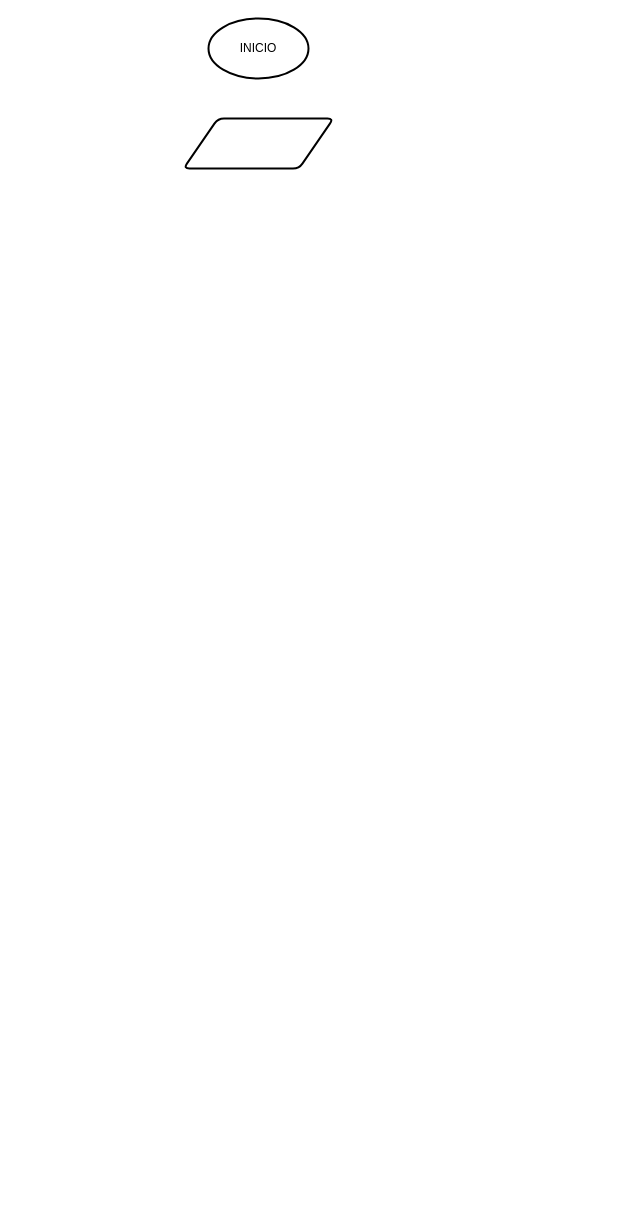
Before: Untitled Diagram.drawio in thailopesds/fluxogramas, a draw.io diagram. Source tidied: cells renumbered, new cells numbered last; positions are measured from the earlier drawing's top-left corner, leaving out a move shared by most shapes. Both pictures are drawn from the tidied source at 100%, with x=0, y=0 at pixel (183, 18).
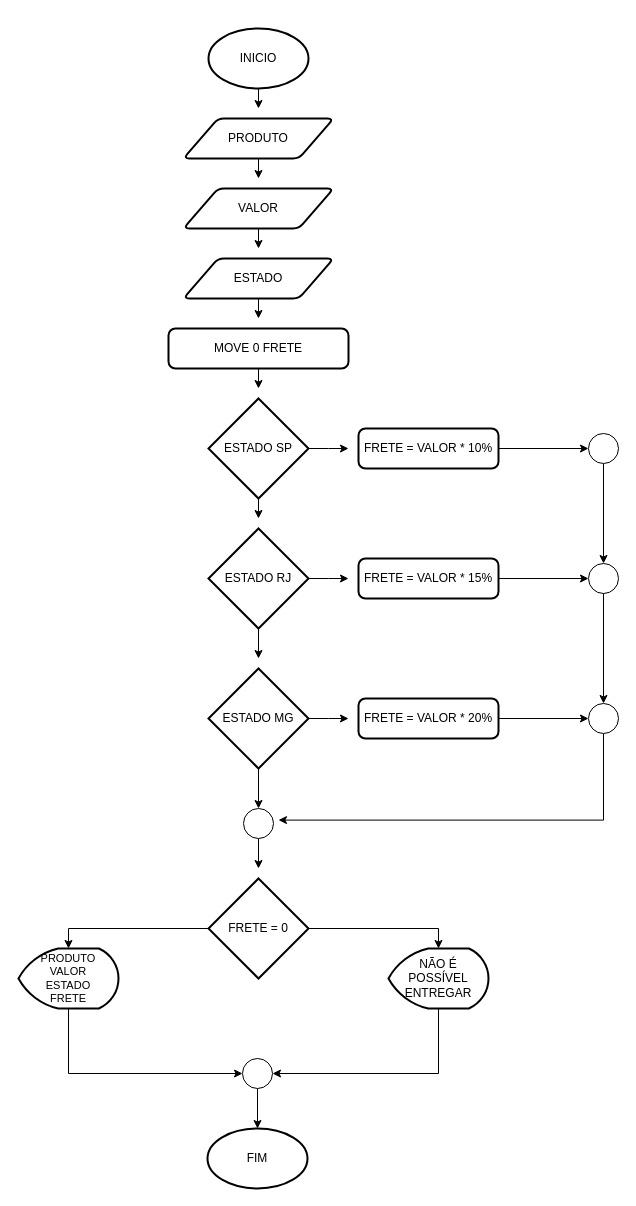
The same page after the edit.

Change to the diagram source:
```diff
@@
+    <mxCell id="4" style="edgeStyle=orthogonalEdgeStyle;rounded=0;jettySize=auto;html=1;exitX=0.5;exitY=1;exitDx=0;exitDy=0;exitPerimeter=0;" parent="1" edge="1" source="2">
+      <mxGeometry relative="1" as="geometry">
+        <mxPoint x="75" y="90" as="targetPoint" />
+      </mxGeometry>
+    </mxCell>
     <mxCell id="2" value="INICIO" style="strokeWidth=2;html=1;shape=mxgraph.flowchart.start_1;whiteSpace=wrap;" parent="1" vertex="1">
-      <mxGeometry x="25" width="100" height="60" as="geometry" />
+      <mxGeometry x="25" y="10" width="100" height="60" as="geometry" />
     </mxCell>
+    <mxCell id="5" style="edgeStyle=orthogonalEdgeStyle;rounded=0;jettySize=auto;html=1;exitX=0.5;exitY=1;exitDx=0;exitDy=0;" parent="1" edge="1" source="3">
+      <mxGeometry relative="1" as="geometry">
+        <mxPoint x="75" y="160" as="targetPoint" />
+      </mxGeometry>
+    </mxCell>
-    <mxCell id="3" style="shape=parallelogram;html=1;strokeWidth=2;perimeter=parallelogramPerimeter;whiteSpace=wrap;rounded=1;arcSize=12;size=0.23;" parent="1" vertex="1">
-      <mxGeometry y="100" width="150" height="50" as="geometry" />
+    <mxCell id="3" value="PRODUTO" style="shape=parallelogram;html=1;strokeWidth=2;perimeter=parallelogramPerimeter;whiteSpace=wrap;rounded=1;arcSize=12;size=0.23;" parent="1" vertex="1">
+      <mxGeometry y="100" width="150" height="40" as="geometry" />
     </mxCell>
+    <mxCell id="6" style="edgeStyle=orthogonalEdgeStyle;rounded=0;jettySize=auto;html=1;exitX=0.5;exitY=1;exitDx=0;exitDy=0;" parent="1" edge="1" source="7">
+      <mxGeometry relative="1" as="geometry">
+        <mxPoint x="75" y="230" as="targetPoint" />
+      </mxGeometry>
+    </mxCell>
+    <mxCell id="7" value="VALOR" style="shape=parallelogram;html=1;strokeWidth=2;perimeter=parallelogramPerimeter;whiteSpace=wrap;rounded=1;arcSize=12;size=0.23;" parent="1" vertex="1">
+      <mxGeometry y="170" width="150" height="40" as="geometry" />
+    </mxCell>
+    <mxCell id="8" style="edgeStyle=orthogonalEdgeStyle;rounded=0;jettySize=auto;html=1;exitX=0.5;exitY=1;exitDx=0;exitDy=0;" parent="1" edge="1" source="9">
+      <mxGeometry relative="1" as="geometry">
+        <mxPoint x="75" y="300" as="targetPoint" />
+      </mxGeometry>
+    </mxCell>
+    <mxCell id="9" value="ESTADO" style="shape=parallelogram;html=1;strokeWidth=2;perimeter=parallelogramPerimeter;whiteSpace=wrap;rounded=1;arcSize=12;size=0.23;" parent="1" vertex="1">
+      <mxGeometry y="240" width="150" height="40" as="geometry" />
+    </mxCell>
+    <mxCell id="10" style="edgeStyle=orthogonalEdgeStyle;rounded=0;jettySize=auto;html=1;exitX=0.5;exitY=1;exitDx=0;exitDy=0;" parent="1" edge="1" source="11">
+      <mxGeometry relative="1" as="geometry">
+        <mxPoint x="75" y="370" as="targetPoint" />
+      </mxGeometry>
+    </mxCell>
+    <mxCell id="11" value="MOVE 0 FRETE" style="rounded=1;whiteSpace=wrap;html=1;absoluteArcSize=1;arcSize=14;strokeWidth=2;" parent="1" vertex="1">
+      <mxGeometry x="-15" y="310" width="180" height="40" as="geometry" />
+    </mxCell>
+    <mxCell id="12" style="edgeStyle=orthogonalEdgeStyle;rounded=0;jettySize=auto;html=1;exitX=1;exitY=0.5;exitDx=0;exitDy=0;exitPerimeter=0;" parent="1" edge="1" source="14">
+      <mxGeometry relative="1" as="geometry">
+        <mxPoint x="165" y="430" as="targetPoint" />
+      </mxGeometry>
+    </mxCell>
+    <mxCell id="13" style="edgeStyle=orthogonalEdgeStyle;rounded=0;jettySize=auto;html=1;exitX=0.5;exitY=1;exitDx=0;exitDy=0;exitPerimeter=0;" parent="1" edge="1" source="14">
+      <mxGeometry relative="1" as="geometry">
+        <mxPoint x="75" y="500" as="targetPoint" />
+      </mxGeometry>
+    </mxCell>
+    <mxCell id="14" value="ESTADO SP" style="strokeWidth=2;html=1;shape=mxgraph.flowchart.decision;whiteSpace=wrap;" parent="1" vertex="1">
+      <mxGeometry x="25" y="380" width="100" height="100" as="geometry" />
+    </mxCell>
+    <mxCell id="15" style="edgeStyle=orthogonalEdgeStyle;rounded=0;jettySize=auto;html=1;exitX=1;exitY=0.5;exitDx=0;exitDy=0;exitPerimeter=0;" parent="1" edge="1" source="17">
+      <mxGeometry relative="1" as="geometry">
+        <mxPoint x="165" y="560" as="targetPoint" />
+      </mxGeometry>
+    </mxCell>
+    <mxCell id="16" style="edgeStyle=orthogonalEdgeStyle;rounded=0;jettySize=auto;html=1;exitX=0.5;exitY=1;exitDx=0;exitDy=0;exitPerimeter=0;" parent="1" edge="1" source="17">
+      <mxGeometry relative="1" as="geometry">
+        <mxPoint x="75" y="640" as="targetPoint" />
+      </mxGeometry>
+    </mxCell>
+    <mxCell id="17" value="ESTADO RJ" style="strokeWidth=2;html=1;shape=mxgraph.flowchart.decision;whiteSpace=wrap;" parent="1" vertex="1">
+      <mxGeometry x="25" y="510" width="100" height="100" as="geometry" />
+    </mxCell>
+    <mxCell id="18" style="edgeStyle=orthogonalEdgeStyle;rounded=0;jettySize=auto;html=1;exitX=1;exitY=0.5;exitDx=0;exitDy=0;exitPerimeter=0;" parent="1" edge="1" source="19">
+      <mxGeometry relative="1" as="geometry">
+        <mxPoint x="165" y="700" as="targetPoint" />
+      </mxGeometry>
+    </mxCell>
+    <mxCell id="19" value="ESTADO MG" style="strokeWidth=2;html=1;shape=mxgraph.flowchart.decision;whiteSpace=wrap;" parent="1" vertex="1">
+      <mxGeometry x="25" y="650" width="100" height="100" as="geometry" />
+    </mxCell>
+    <mxCell id="20" value="FRETE = VALOR * 15%" style="rounded=1;whiteSpace=wrap;html=1;absoluteArcSize=1;arcSize=14;strokeWidth=2;" parent="1" vertex="1">
+      <mxGeometry x="175" y="540" width="140" height="40" as="geometry" />
+    </mxCell>
+    <mxCell id="21" value="FRETE = VALOR * 20%" style="rounded=1;whiteSpace=wrap;html=1;absoluteArcSize=1;arcSize=14;strokeWidth=2;" parent="1" vertex="1">
+      <mxGeometry x="175" y="680" width="140" height="40" as="geometry" />
+    </mxCell>
+    <mxCell id="22" value="FRETE = VALOR * 10%" style="rounded=1;whiteSpace=wrap;html=1;absoluteArcSize=1;arcSize=14;strokeWidth=2;" parent="1" vertex="1">
+      <mxGeometry x="175" y="410" width="140" height="40" as="geometry" />
+    </mxCell>
+    <mxCell id="23" style="edgeStyle=orthogonalEdgeStyle;rounded=0;jettySize=auto;html=1;exitX=0.5;exitY=1;exitDx=0;exitDy=0;exitPerimeter=0;" parent="1" edge="1" source="24" target="25">
+      <mxGeometry relative="1" as="geometry" />
+    </mxCell>
+    <mxCell id="24" style="verticalLabelPosition=bottom;verticalAlign=top;html=1;shape=mxgraph.flowchart.on-page_reference;" parent="1" vertex="1">
+      <mxGeometry x="405" y="415" width="30" height="30" as="geometry" />
+    </mxCell>
+    <mxCell id="25" style="verticalLabelPosition=bottom;verticalAlign=top;html=1;shape=mxgraph.flowchart.on-page_reference;" parent="1" vertex="1">
+      <mxGeometry x="405" y="545" width="30" height="30" as="geometry" />
+    </mxCell>
+    <mxCell id="26" style="edgeStyle=orthogonalEdgeStyle;rounded=0;jettySize=auto;html=1;exitX=0.5;exitY=1;exitDx=0;exitDy=0;exitPerimeter=0;" parent="1" edge="1" source="27">
+      <mxGeometry relative="1" as="geometry">
+        <mxPoint x="95" y="801.6" as="targetPoint" />
+        <Array as="points">
+          <mxPoint x="420" y="802" />
+        </Array>
+      </mxGeometry>
+    </mxCell>
+    <mxCell id="27" style="verticalLabelPosition=bottom;verticalAlign=top;html=1;shape=mxgraph.flowchart.on-page_reference;" parent="1" vertex="1">
+      <mxGeometry x="405" y="685" width="30" height="30" as="geometry" />
+    </mxCell>
+    <mxCell id="28" style="edgeStyle=orthogonalEdgeStyle;rounded=0;jettySize=auto;html=1;exitX=1;exitY=0.5;exitDx=0;exitDy=0;entryX=0;entryY=0.5;entryDx=0;entryDy=0;entryPerimeter=0;" parent="1" edge="1" source="22" target="24">
+      <mxGeometry relative="1" as="geometry" />
+    </mxCell>
+    <mxCell id="29" style="edgeStyle=orthogonalEdgeStyle;rounded=0;jettySize=auto;html=1;exitX=1;exitY=0.5;exitDx=0;exitDy=0;entryX=0;entryY=0.5;entryDx=0;entryDy=0;entryPerimeter=0;" parent="1" edge="1" source="20" target="25">
+      <mxGeometry relative="1" as="geometry" />
+    </mxCell>
+    <mxCell id="30" style="edgeStyle=orthogonalEdgeStyle;rounded=0;jettySize=auto;html=1;exitX=0.5;exitY=1;exitDx=0;exitDy=0;exitPerimeter=0;entryX=0.5;entryY=0;entryDx=0;entryDy=0;entryPerimeter=0;" parent="1" edge="1" source="25" target="27">
+      <mxGeometry relative="1" as="geometry" />
+    </mxCell>
+    <mxCell id="31" style="edgeStyle=orthogonalEdgeStyle;rounded=0;jettySize=auto;html=1;exitX=1;exitY=0.5;exitDx=0;exitDy=0;entryX=0;entryY=0.5;entryDx=0;entryDy=0;entryPerimeter=0;" parent="1" edge="1" source="21" target="27">
+      <mxGeometry relative="1" as="geometry" />
+    </mxCell>
+    <mxCell id="32" style="edgeStyle=orthogonalEdgeStyle;rounded=0;jettySize=auto;html=1;exitX=0.5;exitY=1;exitDx=0;exitDy=0;exitPerimeter=0;" parent="1" edge="1" source="33">
+      <mxGeometry relative="1" as="geometry">
+        <mxPoint x="75" y="850" as="targetPoint" />
+      </mxGeometry>
+    </mxCell>
+    <mxCell id="33" style="verticalLabelPosition=bottom;verticalAlign=top;html=1;shape=mxgraph.flowchart.on-page_reference;" parent="1" vertex="1">
+      <mxGeometry x="60" y="790" width="30" height="30" as="geometry" />
+    </mxCell>
+    <mxCell id="34" style="edgeStyle=orthogonalEdgeStyle;rounded=0;jettySize=auto;html=1;exitX=0.5;exitY=1;exitDx=0;exitDy=0;exitPerimeter=0;entryX=0.5;entryY=0;entryDx=0;entryDy=0;entryPerimeter=0;" parent="1" edge="1" source="19" target="33">
+      <mxGeometry relative="1" as="geometry" />
+    </mxCell>
+    <mxCell id="35" value="FRETE = 0" style="strokeWidth=2;html=1;shape=mxgraph.flowchart.decision;whiteSpace=wrap;" parent="1" vertex="1">
+      <mxGeometry x="25" y="860" width="100" height="100" as="geometry" />
+    </mxCell>
+    <mxCell id="36" value="NÃO É POSSÍVEL ENTREGAR" style="strokeWidth=2;html=1;shape=mxgraph.flowchart.display;whiteSpace=wrap;" parent="1" vertex="1">
+      <mxGeometry x="205" y="930" width="100" height="60" as="geometry" />
+    </mxCell>
+    <mxCell id="37" style="edgeStyle=orthogonalEdgeStyle;rounded=0;jettySize=auto;html=1;exitX=1;exitY=0.5;exitDx=0;exitDy=0;exitPerimeter=0;entryX=0.5;entryY=0;entryDx=0;entryDy=0;entryPerimeter=0;" parent="1" edge="1" source="35" target="36">
+      <mxGeometry relative="1" as="geometry" />
+    </mxCell>
+    <mxCell id="38" value="PRODUTO&lt;div&gt;VALOR&lt;/div&gt;&lt;div&gt;ESTADO&lt;/div&gt;&lt;div&gt;FRETE&lt;/div&gt;" style="strokeWidth=2;html=1;shape=mxgraph.flowchart.display;whiteSpace=wrap;fontSize=11;" parent="1" vertex="1">
+      <mxGeometry x="-165" y="930" width="100" height="60" as="geometry" />
+    </mxCell>
+    <mxCell id="39" style="edgeStyle=orthogonalEdgeStyle;rounded=0;jettySize=auto;html=1;exitX=0;exitY=0.5;exitDx=0;exitDy=0;exitPerimeter=0;entryX=0.5;entryY=0;entryDx=0;entryDy=0;entryPerimeter=0;" parent="1" edge="1" source="35" target="38">
+      <mxGeometry relative="1" as="geometry" />
+    </mxCell>
+    <mxCell id="40" style="edgeStyle=orthogonalEdgeStyle;rounded=0;jettySize=auto;html=1;exitX=0.5;exitY=1;exitDx=0;exitDy=0;exitPerimeter=0;" parent="1" edge="1" source="41" target="44">
+      <mxGeometry relative="1" as="geometry" />
+    </mxCell>
+    <mxCell id="41" style="verticalLabelPosition=bottom;verticalAlign=top;html=1;shape=mxgraph.flowchart.on-page_reference;" parent="1" vertex="1">
+      <mxGeometry x="59" y="1040" width="30" height="30" as="geometry" />
+    </mxCell>
+    <mxCell id="42" style="edgeStyle=orthogonalEdgeStyle;rounded=0;jettySize=auto;html=1;exitX=0.5;exitY=1;exitDx=0;exitDy=0;exitPerimeter=0;entryX=1;entryY=0.5;entryDx=0;entryDy=0;entryPerimeter=0;" parent="1" edge="1" source="36" target="41">
+      <mxGeometry relative="1" as="geometry" />
+    </mxCell>
+    <mxCell id="43" style="edgeStyle=orthogonalEdgeStyle;rounded=0;jettySize=auto;html=1;exitX=0.5;exitY=1;exitDx=0;exitDy=0;exitPerimeter=0;entryX=0;entryY=0.5;entryDx=0;entryDy=0;entryPerimeter=0;" parent="1" edge="1" source="38" target="41">
+      <mxGeometry relative="1" as="geometry" />
+    </mxCell>
+    <mxCell id="44" value="FIM" style="strokeWidth=2;html=1;shape=mxgraph.flowchart.start_1;whiteSpace=wrap;" parent="1" vertex="1">
+      <mxGeometry x="24" y="1110" width="100" height="60" as="geometry" />
+    </mxCell>
```
